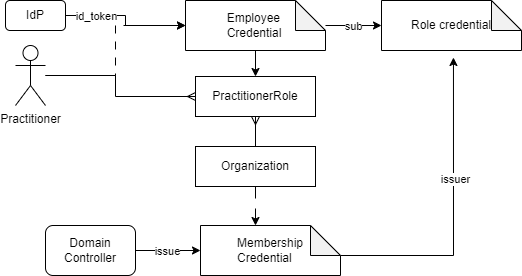
Earlier version of the draw.io export input/images/Trust_structure_now.png (SanteonNL/shared-care-planning). Source tidied: cells renumbered, new cells last; positions are measured from the earlier drawing's top-left corner, leaving out a move shared by most shapes. The source it was exported from:
```xml
<mxGraphModel>
  <root>
    <mxCell id="0" />
    <mxCell id="1" parent="0" />
    <mxCell id="2" style="edgeStyle=orthogonalEdgeStyle;rounded=0;jettySize=auto;html=1;endArrow=ERmany;endFill=0;" parent="1" edge="1" source="3" target="6">
      <mxGeometry relative="1" as="geometry">
        <Array as="points">
          <mxPoint x="110" y="75" />
          <mxPoint x="110" y="96" />
        </Array>
      </mxGeometry>
    </mxCell>
    <mxCell id="3" value="Practitioner" style="shape=umlActor;verticalLabelPosition=bottom;verticalAlign=top;html=1;outlineConnect=0;" parent="1" vertex="1">
      <mxGeometry x="10" y="45" width="30" height="60" as="geometry" />
    </mxCell>
    <mxCell id="4" style="edgeStyle=orthogonalEdgeStyle;rounded=0;jettySize=auto;html=1;entryX=0.5;entryY=0;entryDx=0;entryDy=0;" parent="1" edge="1" source="5" target="6">
      <mxGeometry relative="1" as="geometry" />
    </mxCell>
    <mxCell id="5" value="&lt;div style=&quot;text-align: start;&quot;&gt;&lt;div&gt;Employee&amp;nbsp;&lt;/div&gt;&lt;div&gt;Credential&lt;/div&gt;&lt;div&gt;&lt;/div&gt;&lt;div&gt;&lt;/div&gt;&lt;/div&gt;&lt;div style=&quot;text-align: start;&quot;&gt;&lt;div&gt;&lt;/div&gt;&lt;/div&gt;" style="shape=note;whiteSpace=wrap;html=1;backgroundOutline=1;darkOpacity=0.05;" parent="1" vertex="1">
      <mxGeometry x="180" width="140" height="50" as="geometry" />
    </mxCell>
    <mxCell id="6" value="&lt;div style=&quot;text-align: start;&quot;&gt;PractitionerRole&lt;/div&gt;&lt;div style=&quot;text-align: start;&quot;&gt;&lt;div&gt;&lt;/div&gt;&lt;/div&gt;" style="rounded=0;whiteSpace=wrap;html=1;" parent="1" vertex="1">
      <mxGeometry x="190" y="76" width="120" height="40" as="geometry" />
    </mxCell>
    <mxCell id="7" style="edgeStyle=orthogonalEdgeStyle;rounded=0;jettySize=auto;html=1;entryX=0.5;entryY=1;entryDx=0;entryDy=0;endArrow=ERmany;endFill=0;" parent="1" edge="1" source="8" target="6">
      <mxGeometry relative="1" as="geometry" />
    </mxCell>
    <mxCell id="8" value="&lt;div style=&quot;text-align: start;&quot;&gt;Organization&lt;br&gt;&lt;/div&gt;&lt;div style=&quot;text-align: start;&quot;&gt;&lt;div&gt;&lt;/div&gt;&lt;/div&gt;" style="rounded=0;whiteSpace=wrap;html=1;" parent="1" vertex="1">
      <mxGeometry x="190" y="146" width="120" height="40" as="geometry" />
    </mxCell>
    <mxCell id="9" style="edgeStyle=orthogonalEdgeStyle;rounded=0;jettySize=auto;html=1;exitX=0;exitY=0;exitDx=140;exitDy=30;exitPerimeter=0;entryX=0.514;entryY=1.14;entryDx=0;entryDy=0;entryPerimeter=0;" parent="1" edge="1" source="11" target="14">
      <mxGeometry relative="1" as="geometry" />
    </mxCell>
    <mxCell id="10" value="issuer" style="edgeLabel;html=1;align=center;verticalAlign=middle;" parent="9" vertex="1">
      <mxGeometry x="0.22" y="-2" relative="1" as="geometry" />
    </mxCell>
    <mxCell id="11" value="&lt;div style=&quot;text-align: start;&quot;&gt;&lt;div&gt;Membership&lt;br&gt;&lt;/div&gt;&lt;div&gt;Credential&lt;/div&gt;&lt;div&gt;&lt;/div&gt;&lt;div&gt;&lt;/div&gt;&lt;/div&gt;&lt;div style=&quot;text-align: start;&quot;&gt;&lt;div&gt;&lt;/div&gt;&lt;/div&gt;" style="shape=note;whiteSpace=wrap;html=1;backgroundOutline=1;darkOpacity=0.05;" parent="1" vertex="1">
      <mxGeometry x="195" y="225" width="140" height="50" as="geometry" />
    </mxCell>
    <mxCell id="12" style="edgeStyle=orthogonalEdgeStyle;rounded=0;jettySize=auto;html=1;entryX=0;entryY=0;entryDx=55;entryDy=0;entryPerimeter=0;dashed=1;dashPattern=12 12;" parent="1" edge="1" source="8" target="11">
      <mxGeometry relative="1" as="geometry" />
    </mxCell>
    <mxCell id="13" style="edgeStyle=orthogonalEdgeStyle;rounded=0;jettySize=auto;html=1;entryX=0;entryY=0.5;entryDx=0;entryDy=0;entryPerimeter=0;dashed=1;dashPattern=8 8;" parent="1" edge="1" source="3" target="5">
      <mxGeometry relative="1" as="geometry" />
    </mxCell>
    <mxCell id="14" value="&lt;div style=&quot;text-align: start;&quot;&gt;&lt;div&gt;Role credential&lt;/div&gt;&lt;div&gt;&lt;/div&gt;&lt;div&gt;&lt;/div&gt;&lt;/div&gt;&lt;div style=&quot;text-align: start;&quot;&gt;&lt;div&gt;&lt;/div&gt;&lt;/div&gt;" style="shape=note;whiteSpace=wrap;html=1;backgroundOutline=1;darkOpacity=0.05;" parent="1" vertex="1">
      <mxGeometry x="376" width="140" height="50" as="geometry" />
    </mxCell>
    <mxCell id="15" style="edgeStyle=orthogonalEdgeStyle;rounded=0;jettySize=auto;html=1;entryX=0;entryY=0.5;entryDx=0;entryDy=0;entryPerimeter=0;" parent="1" edge="1" source="5" target="14">
      <mxGeometry relative="1" as="geometry" />
    </mxCell>
    <mxCell id="16" value="sub" style="edgeLabel;html=1;align=center;verticalAlign=middle;" parent="15" vertex="1">
      <mxGeometry x="-0.03" relative="1" as="geometry" />
    </mxCell>
    <mxCell id="17" value="Domain&lt;div&gt;Controller&lt;/div&gt;" style="rounded=1;whiteSpace=wrap;html=1;" parent="1" vertex="1">
      <mxGeometry x="40" y="225" width="90" height="50" as="geometry" />
    </mxCell>
    <mxCell id="18" style="edgeStyle=orthogonalEdgeStyle;rounded=0;jettySize=auto;html=1;entryX=0;entryY=0.5;entryDx=0;entryDy=0;entryPerimeter=0;exitX=1;exitY=0.5;exitDx=0;exitDy=0;" parent="1" edge="1" source="17" target="11">
      <mxGeometry relative="1" as="geometry" />
    </mxCell>
    <mxCell id="19" value="issue" style="edgeLabel;html=1;align=center;verticalAlign=middle;" parent="18" vertex="1">
      <mxGeometry x="-0.04" relative="1" as="geometry" />
    </mxCell>
    <mxCell id="20" style="edgeStyle=orthogonalEdgeStyle;rounded=0;jettySize=auto;html=1;" parent="1" edge="1" source="22" target="5">
      <mxGeometry relative="1" as="geometry" />
    </mxCell>
    <mxCell id="21" value="id_token" style="edgeLabel;html=1;align=center;verticalAlign=middle;" parent="20" vertex="1">
      <mxGeometry x="-0.11" relative="1" as="geometry">
        <mxPoint x="-28" as="offset" />
      </mxGeometry>
    </mxCell>
    <mxCell id="22" value="&lt;div&gt;IdP&lt;/div&gt;" style="rounded=1;whiteSpace=wrap;html=1;" parent="1" vertex="1">
      <mxGeometry width="60" height="30" as="geometry" />
    </mxCell>
  </root>
</mxGraphModel>
```
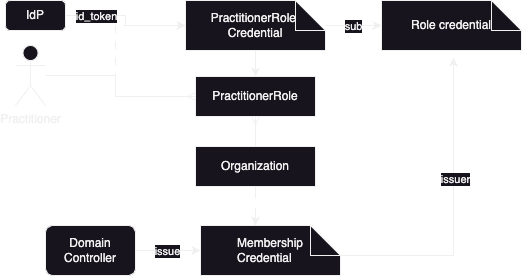
After the commit.

Commit message:
moved URA and UZI from authentication page (incl pictures) to enrollment use case page

What changed in the source:
```diff
@@ -16,7 +16,7 @@
     <mxCell id="4" style="edgeStyle=orthogonalEdgeStyle;rounded=0;jettySize=auto;html=1;entryX=0.5;entryY=0;entryDx=0;entryDy=0;" parent="1" edge="1" source="5" target="6">
       <mxGeometry relative="1" as="geometry" />
     </mxCell>
-    <mxCell id="5" value="&lt;div style=&quot;text-align: start;&quot;&gt;&lt;div&gt;Employee&amp;nbsp;&lt;/div&gt;&lt;div&gt;Credential&lt;/div&gt;&lt;div&gt;&lt;/div&gt;&lt;div&gt;&lt;/div&gt;&lt;/div&gt;&lt;div style=&quot;text-align: start;&quot;&gt;&lt;div&gt;&lt;/div&gt;&lt;/div&gt;" style="shape=note;whiteSpace=wrap;html=1;backgroundOutline=1;darkOpacity=0.05;" parent="1" vertex="1">
+    <mxCell id="5" value="&lt;div style=&quot;&quot;&gt;&lt;div style=&quot;&quot;&gt;PractitionerRole&amp;nbsp;&lt;/div&gt;&lt;div style=&quot;&quot;&gt;Credential&lt;/div&gt;&lt;div&gt;&lt;/div&gt;&lt;div&gt;&lt;/div&gt;&lt;/div&gt;&lt;div style=&quot;text-align: start;&quot;&gt;&lt;div&gt;&lt;/div&gt;&lt;/div&gt;" style="shape=note;whiteSpace=wrap;html=1;backgroundOutline=1;darkOpacity=0.05;" parent="1" vertex="1">
       <mxGeometry x="180" width="140" height="50" as="geometry" />
     </mxCell>
     <mxCell id="6" value="&lt;div style=&quot;text-align: start;&quot;&gt;PractitionerRole&lt;/div&gt;&lt;div style=&quot;text-align: start;&quot;&gt;&lt;div&gt;&lt;/div&gt;&lt;/div&gt;" style="rounded=0;whiteSpace=wrap;html=1;" parent="1" vertex="1">
```
